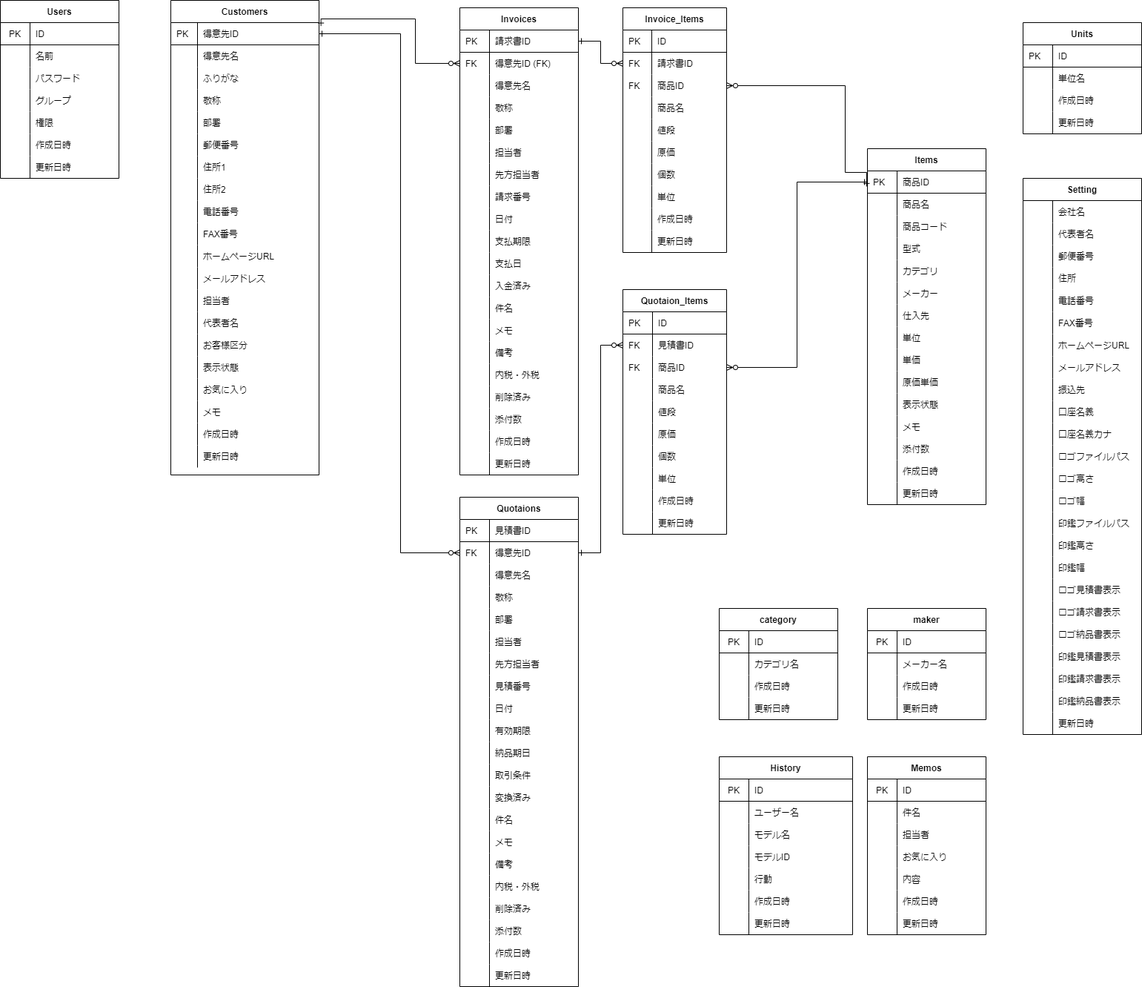
gamasenninn/caddie-clone keeps this draw.io diagram as soho_er.png. Above is the earlier version. Source tidied: cells renumbered, new cells last; positions are measured from the earlier drawing's top-left corner, leaving out a move shared by most shapes.
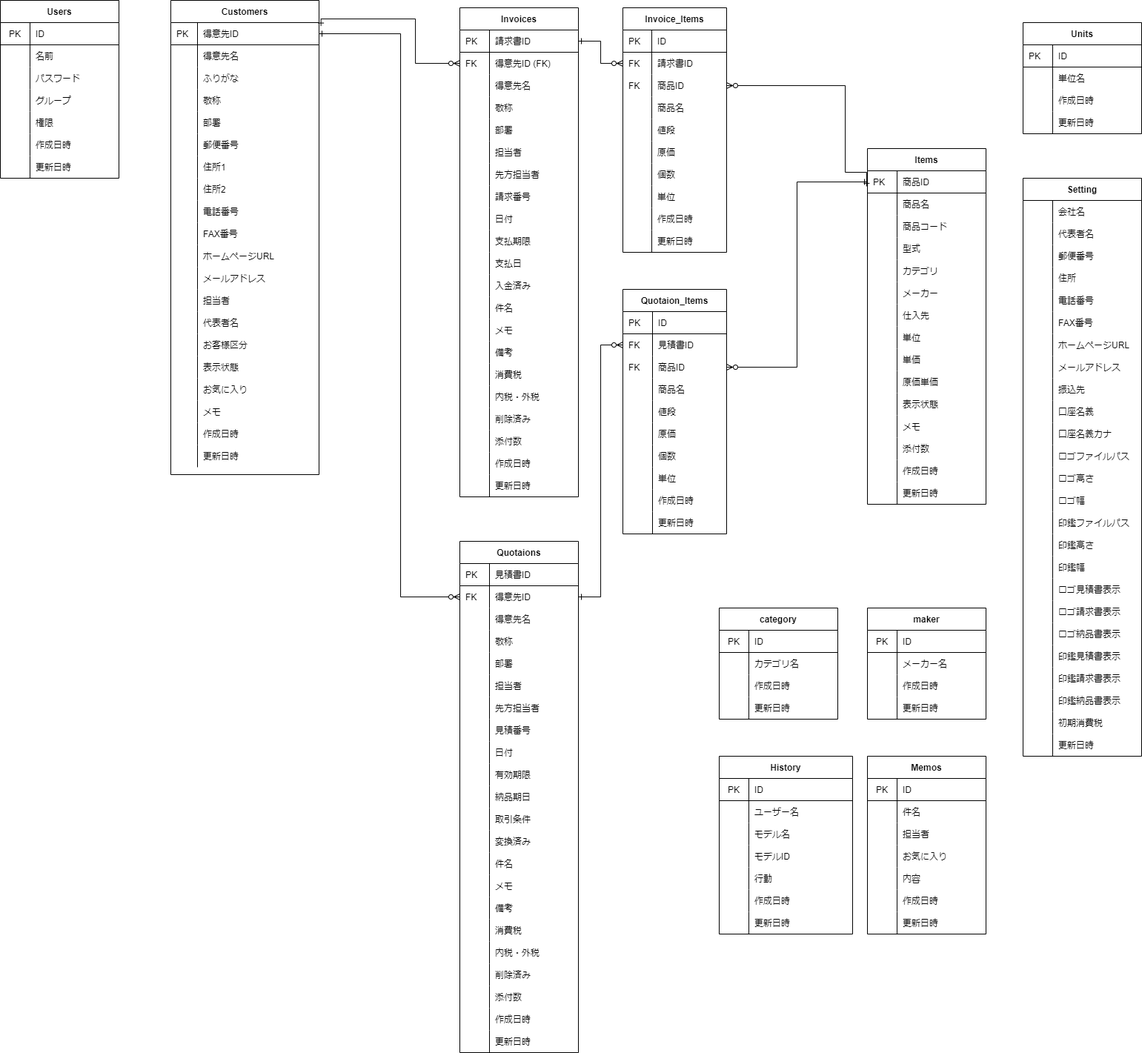
Above is the later version.

Diff of the diagram source:
```diff
@@ -324,7 +324,7 @@
       <mxGeometry x="40" width="120" height="30" as="geometry" />
     </mxCell>
     <mxCell id="109" value="Invoices" style="shape=table;startSize=30;rowLines=0;fontStyle=1;align=center;" parent="1" vertex="1">
-      <mxGeometry x="620" y="10" width="160" height="630" as="geometry" />
+      <mxGeometry x="620" y="10" width="160" height="660" as="geometry" />
     </mxCell>
     <mxCell id="110" style="shape=partialRectangle;html=1;whiteSpace=wrap;fillColor=none;top=0;left=0;bottom=1;right=0;points=[[0,0.5],[1,0.5]];portConstraint=eastwest;" parent="109" vertex="1">
       <mxGeometry y="30" width="160" height="30" as="geometry" />
@@ -461,8 +461,17 @@
     <mxCell id="154" value="備考" style="shape=partialRectangle;html=1;whiteSpace=wrap;fillColor=none;top=0;left=0;bottom=0;right=0;align=left;spacingLeft=6;overflow=hidden;" parent="152" vertex="1">
       <mxGeometry x="40" width="120" height="30" as="geometry" />
     </mxCell>
+    <mxCell id="480" style="shape=partialRectangle;html=1;whiteSpace=wrap;fillColor=none;top=0;left=0;bottom=0;right=0;" parent="109" vertex="1">
+      <mxGeometry y="480" width="160" height="30" as="geometry" />
+    </mxCell>
+    <mxCell id="481" style="shape=partialRectangle;html=1;whiteSpace=wrap;fillColor=none;top=0;left=0;bottom=0;right=0;align=left;spacingLeft=6;overflow=hidden;" parent="480" vertex="1">
+      <mxGeometry width="40" height="30" as="geometry" />
+    </mxCell>
+    <mxCell id="482" value="消費税" style="shape=partialRectangle;html=1;whiteSpace=wrap;fillColor=none;top=0;left=0;bottom=0;right=0;align=left;spacingLeft=6;overflow=hidden;" parent="480" vertex="1">
+      <mxGeometry x="40" width="120" height="30" as="geometry" />
+    </mxCell>
     <mxCell id="155" style="shape=partialRectangle;html=1;whiteSpace=wrap;fillColor=none;top=0;left=0;bottom=0;right=0;" parent="109" vertex="1">
-      <mxGeometry y="480" width="160" height="30" as="geometry" />
+      <mxGeometry y="510" width="160" height="30" as="geometry" />
     </mxCell>
     <mxCell id="156" style="shape=partialRectangle;html=1;whiteSpace=wrap;fillColor=none;top=0;left=0;bottom=0;right=0;align=left;spacingLeft=6;overflow=hidden;" parent="155" vertex="1">
       <mxGeometry width="40" height="30" as="geometry" />
@@ -471,7 +480,7 @@
       <mxGeometry x="40" width="120" height="30" as="geometry" />
     </mxCell>
     <mxCell id="158" style="shape=partialRectangle;html=1;whiteSpace=wrap;fillColor=none;top=0;left=0;bottom=0;right=0;" parent="109" vertex="1">
-      <mxGeometry y="510" width="160" height="30" as="geometry" />
+      <mxGeometry y="540" width="160" height="30" as="geometry" />
     </mxCell>
     <mxCell id="159" style="shape=partialRectangle;html=1;whiteSpace=wrap;fillColor=none;top=0;left=0;bottom=0;right=0;align=left;spacingLeft=6;overflow=hidden;" parent="158" vertex="1">
       <mxGeometry width="40" height="30" as="geometry" />
@@ -480,7 +489,7 @@
       <mxGeometry x="40" width="120" height="30" as="geometry" />
     </mxCell>
     <mxCell id="161" style="shape=partialRectangle;html=1;whiteSpace=wrap;fillColor=none;top=0;left=0;bottom=0;right=0;" parent="109" vertex="1">
-      <mxGeometry y="540" width="160" height="30" as="geometry" />
+      <mxGeometry y="570" width="160" height="30" as="geometry" />
     </mxCell>
     <mxCell id="162" style="shape=partialRectangle;html=1;whiteSpace=wrap;fillColor=none;top=0;left=0;bottom=0;right=0;align=left;spacingLeft=6;overflow=hidden;" parent="161" vertex="1">
       <mxGeometry width="40" height="30" as="geometry" />
@@ -489,7 +498,7 @@
       <mxGeometry x="40" width="120" height="30" as="geometry" />
     </mxCell>
     <mxCell id="164" style="shape=partialRectangle;html=1;whiteSpace=wrap;fillColor=none;top=0;left=0;bottom=0;right=0;" parent="109" vertex="1">
-      <mxGeometry y="570" width="160" height="30" as="geometry" />
+      <mxGeometry y="600" width="160" height="30" as="geometry" />
     </mxCell>
     <mxCell id="165" style="shape=partialRectangle;html=1;whiteSpace=wrap;fillColor=none;top=0;left=0;bottom=0;right=0;align=left;spacingLeft=6;overflow=hidden;" parent="164" vertex="1">
       <mxGeometry width="40" height="30" as="geometry" />
@@ -498,7 +507,7 @@
       <mxGeometry x="40" width="120" height="30" as="geometry" />
     </mxCell>
     <mxCell id="167" style="shape=partialRectangle;html=1;whiteSpace=wrap;fillColor=none;top=0;left=0;bottom=0;right=0;" parent="109" vertex="1">
-      <mxGeometry y="600" width="160" height="30" as="geometry" />
+      <mxGeometry y="630" width="160" height="30" as="geometry" />
     </mxCell>
     <mxCell id="168" style="shape=partialRectangle;html=1;whiteSpace=wrap;fillColor=none;top=0;left=0;bottom=0;right=0;align=left;spacingLeft=6;overflow=hidden;" parent="167" vertex="1">
       <mxGeometry width="40" height="30" as="geometry" />
@@ -600,7 +609,7 @@
       <mxGeometry x="39" width="101" height="30" as="geometry" />
     </mxCell>
     <mxCell id="201" value="Quotaions" style="shape=table;startSize=30;rowLines=0;fontStyle=1;align=center;" parent="1" vertex="1">
-      <mxGeometry x="620" y="670" width="160" height="660" as="geometry" />
+      <mxGeometry x="620" y="730" width="160" height="690" as="geometry" />
     </mxCell>
     <mxCell id="202" style="shape=partialRectangle;html=1;whiteSpace=wrap;fillColor=none;top=0;left=0;bottom=1;right=0;" parent="201" vertex="1">
       <mxGeometry y="30" width="160" height="30" as="geometry" />
@@ -746,8 +755,17 @@
     <mxCell id="249" value="備考" style="shape=partialRectangle;html=1;whiteSpace=wrap;fillColor=none;top=0;left=0;bottom=0;right=0;align=left;spacingLeft=6;overflow=hidden;" parent="247" vertex="1">
       <mxGeometry x="40" width="120" height="30" as="geometry" />
     </mxCell>
+    <mxCell id="483" style="shape=partialRectangle;html=1;whiteSpace=wrap;fillColor=none;top=0;left=0;bottom=0;right=0;" parent="201" vertex="1">
+      <mxGeometry y="510" width="160" height="30" as="geometry" />
+    </mxCell>
+    <mxCell id="484" style="shape=partialRectangle;html=1;whiteSpace=wrap;fillColor=none;top=0;left=0;bottom=0;right=0;align=left;spacingLeft=6;overflow=hidden;" parent="483" vertex="1">
+      <mxGeometry width="40" height="30" as="geometry" />
+    </mxCell>
+    <mxCell id="485" value="消費税" style="shape=partialRectangle;html=1;whiteSpace=wrap;fillColor=none;top=0;left=0;bottom=0;right=0;align=left;spacingLeft=6;overflow=hidden;" parent="483" vertex="1">
+      <mxGeometry x="40" width="120" height="30" as="geometry" />
+    </mxCell>
     <mxCell id="250" style="shape=partialRectangle;html=1;whiteSpace=wrap;fillColor=none;top=0;left=0;bottom=0;right=0;" parent="201" vertex="1">
-      <mxGeometry y="510" width="160" height="30" as="geometry" />
+      <mxGeometry y="540" width="160" height="30" as="geometry" />
     </mxCell>
     <mxCell id="251" style="shape=partialRectangle;html=1;whiteSpace=wrap;fillColor=none;top=0;left=0;bottom=0;right=0;align=left;spacingLeft=6;overflow=hidden;" parent="250" vertex="1">
       <mxGeometry width="40" height="30" as="geometry" />
@@ -756,7 +774,7 @@
       <mxGeometry x="40" width="120" height="30" as="geometry" />
     </mxCell>
     <mxCell id="253" style="shape=partialRectangle;html=1;whiteSpace=wrap;fillColor=none;top=0;left=0;bottom=0;right=0;" parent="201" vertex="1">
-      <mxGeometry y="540" width="160" height="30" as="geometry" />
+      <mxGeometry y="570" width="160" height="30" as="geometry" />
     </mxCell>
     <mxCell id="254" style="shape=partialRectangle;html=1;whiteSpace=wrap;fillColor=none;top=0;left=0;bottom=0;right=0;align=left;spacingLeft=6;overflow=hidden;" parent="253" vertex="1">
       <mxGeometry width="40" height="30" as="geometry" />
@@ -765,7 +783,7 @@
       <mxGeometry x="40" width="120" height="30" as="geometry" />
     </mxCell>
     <mxCell id="256" style="shape=partialRectangle;html=1;whiteSpace=wrap;fillColor=none;top=0;left=0;bottom=0;right=0;" parent="201" vertex="1">
-      <mxGeometry y="570" width="160" height="30" as="geometry" />
+      <mxGeometry y="600" width="160" height="30" as="geometry" />
     </mxCell>
     <mxCell id="257" style="shape=partialRectangle;html=1;whiteSpace=wrap;fillColor=none;top=0;left=0;bottom=0;right=0;align=left;spacingLeft=6;overflow=hidden;" parent="256" vertex="1">
       <mxGeometry width="40" height="30" as="geometry" />
@@ -774,7 +792,7 @@
       <mxGeometry x="40" width="120" height="30" as="geometry" />
     </mxCell>
     <mxCell id="259" style="shape=partialRectangle;html=1;whiteSpace=wrap;fillColor=none;top=0;left=0;bottom=0;right=0;" parent="201" vertex="1">
-      <mxGeometry y="600" width="160" height="30" as="geometry" />
+      <mxGeometry y="630" width="160" height="30" as="geometry" />
     </mxCell>
     <mxCell id="260" style="shape=partialRectangle;html=1;whiteSpace=wrap;fillColor=none;top=0;left=0;bottom=0;right=0;align=left;spacingLeft=6;overflow=hidden;" parent="259" vertex="1">
       <mxGeometry width="40" height="30" as="geometry" />
@@ -783,7 +801,7 @@
       <mxGeometry x="40" width="120" height="30" as="geometry" />
     </mxCell>
     <mxCell id="262" style="shape=partialRectangle;html=1;whiteSpace=wrap;fillColor=none;top=0;left=0;bottom=0;right=0;" parent="201" vertex="1">
-      <mxGeometry y="630" width="160" height="30" as="geometry" />
+      <mxGeometry y="660" width="160" height="30" as="geometry" />
     </mxCell>
     <mxCell id="263" style="shape=partialRectangle;html=1;whiteSpace=wrap;fillColor=none;top=0;left=0;bottom=0;right=0;align=left;spacingLeft=6;overflow=hidden;" parent="262" vertex="1">
       <mxGeometry width="40" height="30" as="geometry" />
@@ -924,7 +942,7 @@
       <mxGeometry x="40" width="120" height="30" as="geometry" />
     </mxCell>
     <mxCell id="309" value="Setting" style="shape=table;startSize=30;rowLines=0;fontStyle=1;align=center;" parent="1" vertex="1">
-      <mxGeometry x="1380" y="240" width="160" height="750" as="geometry" />
+      <mxGeometry x="1380" y="240" width="160" height="780" as="geometry" />
     </mxCell>
     <mxCell id="310" style="shape=partialRectangle;html=1;whiteSpace=wrap;fillColor=none;top=0;left=0;bottom=0;right=0;" parent="309" vertex="1">
       <mxGeometry y="30" width="160" height="30" as="geometry" />
@@ -1133,8 +1151,17 @@
     <mxCell id="378" value="印鑑納品書表示" style="shape=partialRectangle;html=1;whiteSpace=wrap;fillColor=none;top=0;left=0;bottom=0;right=0;align=left;spacingLeft=6;overflow=hidden;" parent="376" vertex="1">
       <mxGeometry x="40" width="120" height="30" as="geometry" />
     </mxCell>
+    <mxCell id="486" style="shape=partialRectangle;html=1;whiteSpace=wrap;fillColor=none;top=0;left=0;bottom=0;right=0;" parent="309" vertex="1">
+      <mxGeometry y="720" width="160" height="30" as="geometry" />
+    </mxCell>
+    <mxCell id="487" style="shape=partialRectangle;html=1;whiteSpace=wrap;fillColor=none;top=0;left=0;bottom=0;right=0;align=left;spacingLeft=6;overflow=hidden;" parent="486" vertex="1">
+      <mxGeometry width="40" height="30" as="geometry" />
+    </mxCell>
+    <mxCell id="488" value="初期消費税" style="shape=partialRectangle;html=1;whiteSpace=wrap;fillColor=none;top=0;left=0;bottom=0;right=0;align=left;spacingLeft=6;overflow=hidden;" parent="486" vertex="1">
+      <mxGeometry x="40" width="120" height="30" as="geometry" />
+    </mxCell>
     <mxCell id="379" style="shape=partialRectangle;html=1;whiteSpace=wrap;fillColor=none;top=0;left=0;bottom=0;right=0;" parent="309" vertex="1">
-      <mxGeometry y="720" width="160" height="30" as="geometry" />
+      <mxGeometry y="750" width="160" height="30" as="geometry" />
     </mxCell>
     <mxCell id="380" style="shape=partialRectangle;html=1;whiteSpace=wrap;fillColor=none;top=0;left=0;bottom=0;right=0;align=left;spacingLeft=6;overflow=hidden;" parent="379" vertex="1">
       <mxGeometry width="40" height="30" as="geometry" />
@@ -1153,7 +1180,7 @@
     <mxCell id="383" style="edgeStyle=orthogonalEdgeStyle;rounded=0;jettySize=auto;html=1;exitX=0;exitY=0.5;exitDx=0;exitDy=0;entryX=1;entryY=0.5;entryDx=0;entryDy=0;startArrow=ERzeroToMany;startFill=1;endArrow=ERone;endFill=0;" parent="1" edge="1" source="205" target="3">
       <mxGeometry relative="1" as="geometry">
         <Array as="points">
-          <mxPoint x="540" y="745" />
+          <mxPoint x="540" y="805" />
           <mxPoint x="540" y="45" />
         </Array>
       </mxGeometry>
```
